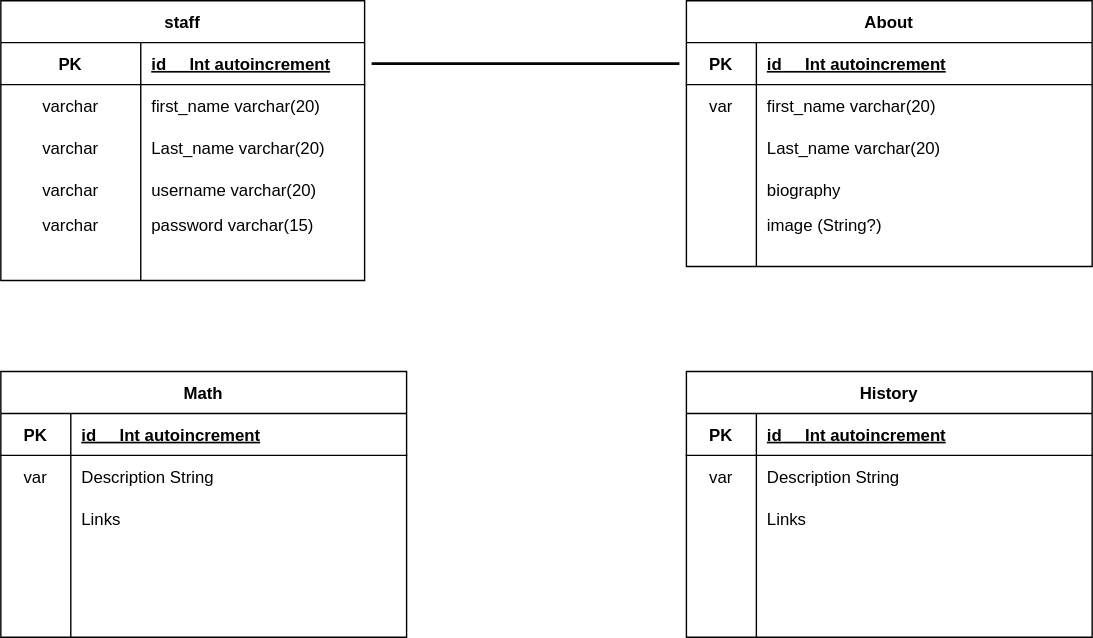
The draw.io diagram Elem DBD.drawio.svg in S1395930/ElementaryWeb, before a commit. Source tidied: cells renumbered, new cells last; positions are measured from the earlier drawing's top-left corner, leaving out a move shared by most shapes.
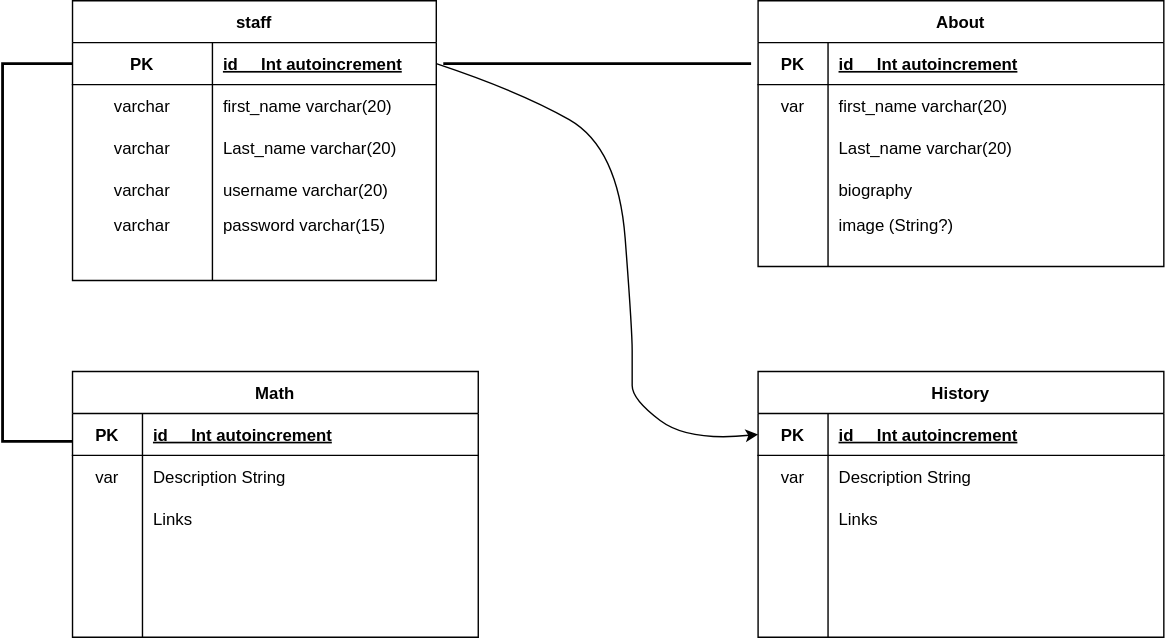
Later version of the same file.

Diff of the diagram source:
```diff
@@ -233,5 +233,21 @@
     <mxCell id="78" style="shape=partialRectangle;fillColor=none;top=0;left=0;bottom=0;right=0;align=left;spacingLeft=6;overflow=hidden;" parent="76" vertex="1">
       <mxGeometry x="50" width="240" height="20" as="geometry" />
     </mxCell>
+    <mxCell id="79" style="strokeWidth=2;html=1;shape=mxgraph.flowchart.annotation_1;align=left;" parent="1" vertex="1">
+      <mxGeometry x="-50" y="110" width="50" height="270" as="geometry" />
+    </mxCell>
+    <mxCell id="80" style="curved=1;endArrow=classic;html=1;rounded=0;entryX=0;entryY=0.5;entryDx=0;entryDy=0;" parent="1" edge="1" target="61">
+      <mxGeometry relative="1" as="geometry">
+        <mxPoint x="260" y="110" as="sourcePoint" />
+        <Array as="points">
+          <mxPoint x="320" y="130" />
+          <mxPoint x="390" y="170" />
+          <mxPoint x="400" y="300" />
+          <mxPoint x="400" y="330" />
+          <mxPoint x="400" y="350" />
+          <mxPoint x="440" y="380" />
+        </Array>
+      </mxGeometry>
+    </mxCell>
   </root>
 </mxGraphModel>
```
